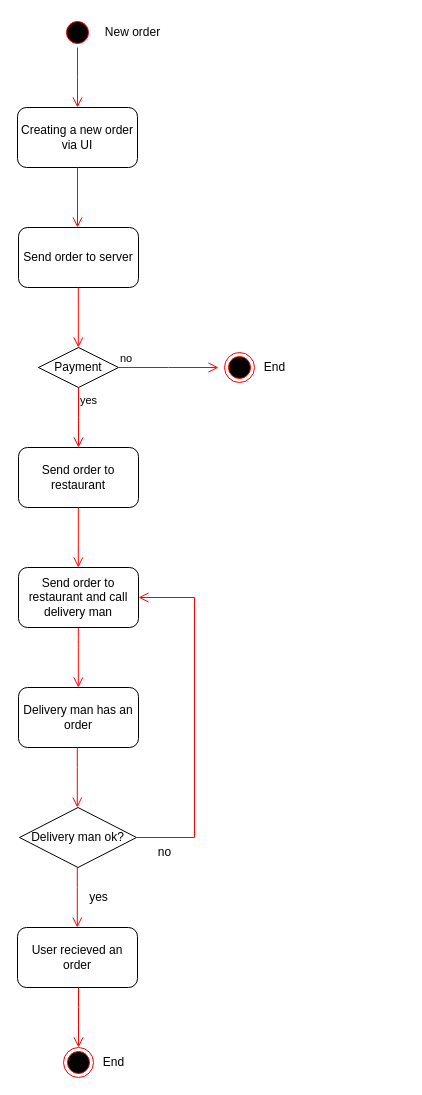
Above: dia3.drawio in Anton-beep/task33 (draw.io), before the change. Source tidied: cells renumbered, new cells numbered last; positions are measured from the earlier drawing's top-left corner, leaving out a move shared by most shapes. Both pictures are drawn from the tidied source at 100%, with x=0, y=0 at pixel (17, 17).
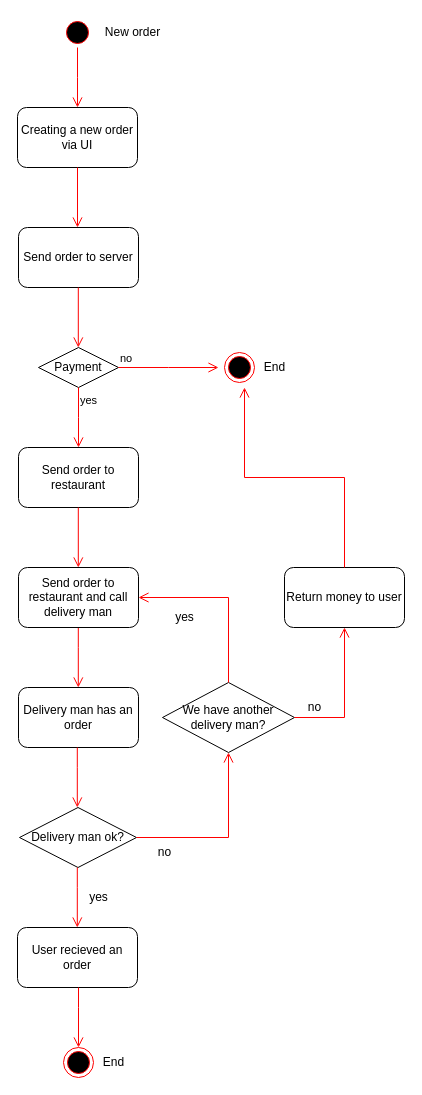
The same diagram, later.

Unchanged cells that the change refers to:
```xml
<mxCell id="18" value="Send order to restaurant and call delivery man" style="rounded=1;whiteSpace=wrap;html=1;" parent="1" vertex="1">
  <mxGeometry x="1" y="550" width="120" height="60" as="geometry" />
</mxCell>
<mxCell id="24" value="Delivery man ok?" style="rhombus;whiteSpace=wrap;html=1;" parent="1" vertex="1">
  <mxGeometry x="2" y="790" width="117" height="60" as="geometry" />
</mxCell>
```

The edit, as a diff of the source:
```diff
@@
-    <mxCell id="27" style="edgeStyle=orthogonalEdgeStyle;html=1;verticalAlign=bottom;endArrow=open;endSize=8;strokeColor=#ff0000;rounded=0;exitX=1;exitY=0.5;exitDx=0;exitDy=0;entryX=1;entryY=0.5;entryDx=0;entryDy=0;" parent="1" edge="1" source="24" target="18">
+    <mxCell id="27" style="edgeStyle=orthogonalEdgeStyle;html=1;verticalAlign=bottom;endArrow=open;endSize=8;strokeColor=#ff0000;rounded=0;exitX=1;exitY=0.5;exitDx=0;exitDy=0;entryX=0.5;entryY=1;entryDx=0;entryDy=0;" parent="1" edge="1" source="24" target="29">
       <mxGeometry relative="1" as="geometry">
         <Array as="points">
-          <mxPoint x="177" y="820" />
-          <mxPoint x="177" y="580" />
+          <mxPoint x="211" y="820" />
         </Array>
       </mxGeometry>
     </mxCell>
@@
+    <mxCell id="29" value="We have another delivery man?" style="rhombus;whiteSpace=wrap;html=1;" parent="1" vertex="1">
+      <mxGeometry x="145" y="665" width="132" height="70" as="geometry" />
+    </mxCell>
+    <mxCell id="30" style="edgeStyle=orthogonalEdgeStyle;html=1;verticalAlign=bottom;endArrow=open;endSize=8;strokeColor=#ff0000;rounded=0;exitX=0.5;exitY=0;exitDx=0;exitDy=0;entryX=1;entryY=0.5;entryDx=0;entryDy=0;" parent="1" edge="1" source="29" target="18">
+      <mxGeometry relative="1" as="geometry">
+        <Array as="points">
+          <mxPoint x="211" y="580" />
+        </Array>
+      </mxGeometry>
+    </mxCell>
+    <mxCell id="31" value="yes" style="text;html=1;align=center;verticalAlign=middle;strokeColor=none;fillColor=none;" parent="1" vertex="1">
+      <mxGeometry x="147" y="585" width="40" height="30" as="geometry" />
+    </mxCell>
+    <mxCell id="32" style="edgeStyle=orthogonalEdgeStyle;html=1;verticalAlign=bottom;endArrow=open;endSize=8;strokeColor=#ff0000;rounded=0;exitX=1;exitY=0.5;exitDx=0;exitDy=0;entryX=0.5;entryY=1;entryDx=0;entryDy=0;" parent="1" edge="1" source="29" target="33">
+      <mxGeometry relative="1" as="geometry">
+        <Array as="points">
+          <mxPoint x="327" y="700" />
+        </Array>
+      </mxGeometry>
+    </mxCell>
+    <mxCell id="33" value="Return money to user" style="rounded=1;whiteSpace=wrap;html=1;" parent="1" vertex="1">
+      <mxGeometry x="267" y="550" width="120" height="60" as="geometry" />
+    </mxCell>
+    <mxCell id="34" value="no" style="text;html=1;align=center;verticalAlign=middle;strokeColor=none;fillColor=none;" parent="1" vertex="1">
+      <mxGeometry x="277" y="675" width="40" height="30" as="geometry" />
+    </mxCell>
+    <mxCell id="35" style="edgeStyle=orthogonalEdgeStyle;html=1;verticalAlign=bottom;endArrow=open;endSize=8;strokeColor=#ff0000;rounded=0;exitX=0.5;exitY=0;exitDx=0;exitDy=0;" parent="1" edge="1" source="33">
+      <mxGeometry relative="1" as="geometry">
+        <mxPoint x="227" y="370" as="targetPoint" />
+        <Array as="points">
+          <mxPoint x="327" y="460" />
+          <mxPoint x="227" y="460" />
+        </Array>
+      </mxGeometry>
+    </mxCell>
```
